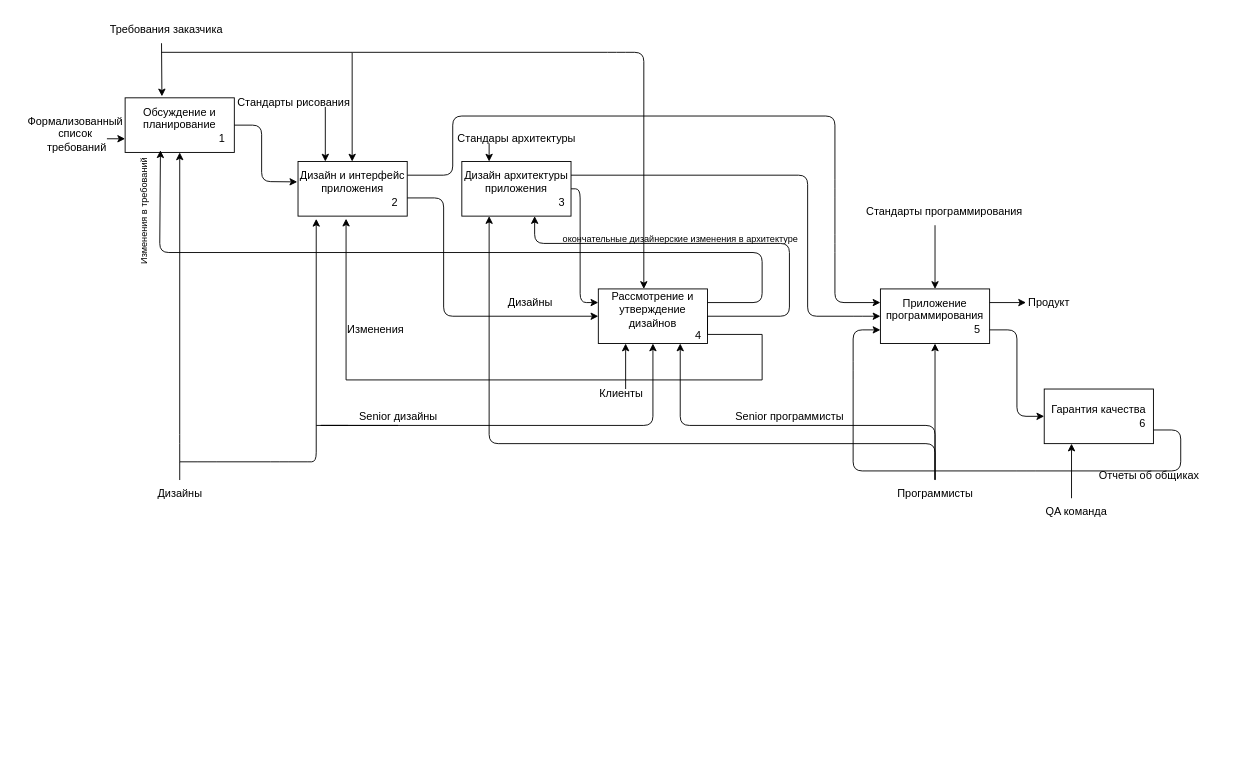
quyettranvu/Lab1_IDEF keeps this draw.io diagram as page "A0" (2 of 8) of Biểu đồ không có tiêu đề.drawio. Above is the earlier version. Source tidied: cells renumbered, new cells numbered last; positions are measured from the earlier drawing's top-left corner, leaving out a move shared by most shapes. Both pictures are drawn from the tidied source at 91%, with x=0, y=0 at pixel (15, 15).
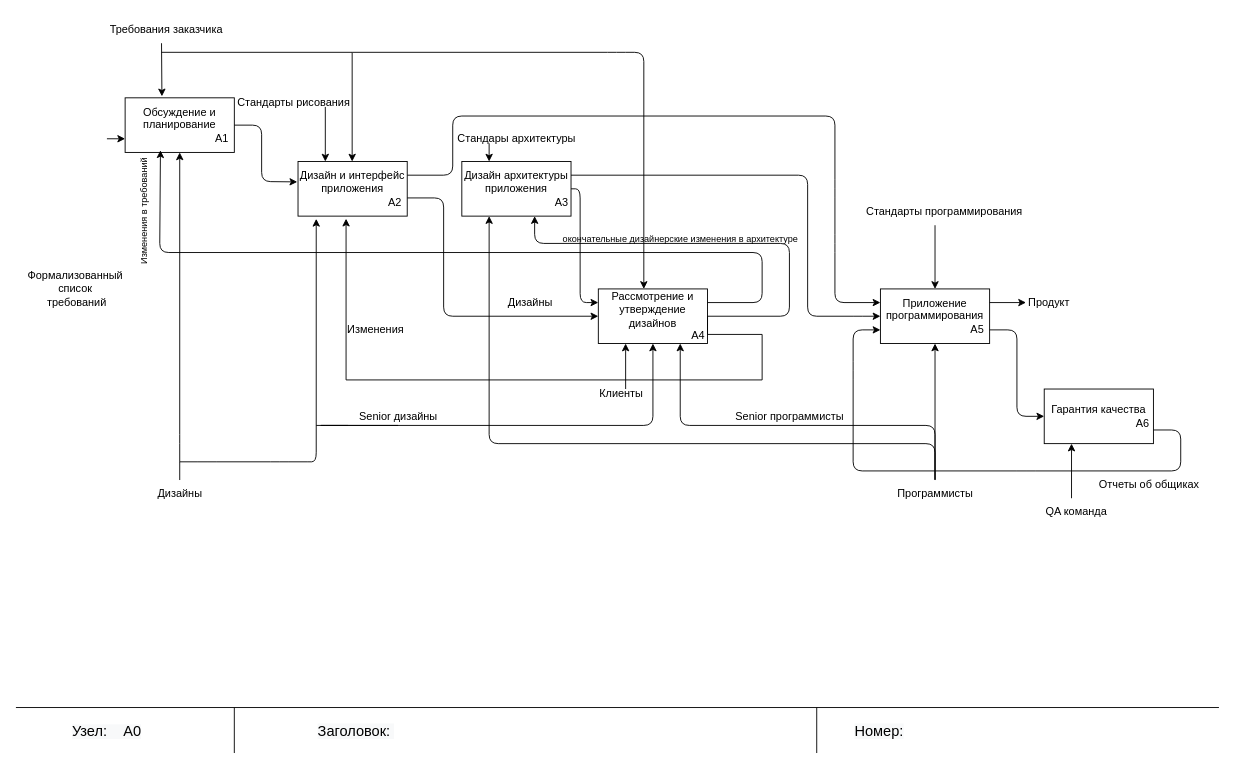
After the change.

Diff of the diagram source:
```diff
@@
-    <mxCell id="2" value="Oбсуждение и планирование&lt;br&gt;&amp;nbsp; &amp;nbsp; &amp;nbsp; &amp;nbsp; &amp;nbsp; &amp;nbsp; &amp;nbsp; &amp;nbsp; &amp;nbsp; &amp;nbsp; &amp;nbsp; &amp;nbsp; &amp;nbsp; &amp;nbsp; 1" style="rounded=0;whiteSpace=wrap;html=1;" parent="1" vertex="1">
+    <mxCell id="2" value="Oбсуждение и планирование&lt;br&gt;&amp;nbsp; &amp;nbsp; &amp;nbsp; &amp;nbsp; &amp;nbsp; &amp;nbsp; &amp;nbsp; &amp;nbsp; &amp;nbsp; &amp;nbsp; &amp;nbsp; &amp;nbsp; &amp;nbsp; &amp;nbsp; A1" style="rounded=0;whiteSpace=wrap;html=1;" parent="1" vertex="1">
       <mxGeometry x="120" y="90" width="120" height="60" as="geometry" />
     </mxCell>
@@
-    <mxCell id="4" value="Дизайн и интерфейс приложения&lt;br&gt;&amp;nbsp; &amp;nbsp; &amp;nbsp; &amp;nbsp; &amp;nbsp; &amp;nbsp; &amp;nbsp; &amp;nbsp; &amp;nbsp; &amp;nbsp; &amp;nbsp; &amp;nbsp; &amp;nbsp; &amp;nbsp; 2" style="rounded=0;whiteSpace=wrap;html=1;" parent="1" vertex="1">
+    <mxCell id="4" value="Дизайн и интерфейс приложения&lt;br&gt;&amp;nbsp; &amp;nbsp; &amp;nbsp; &amp;nbsp; &amp;nbsp; &amp;nbsp; &amp;nbsp; &amp;nbsp; &amp;nbsp; &amp;nbsp; &amp;nbsp; &amp;nbsp; &amp;nbsp; &amp;nbsp; A2" style="rounded=0;whiteSpace=wrap;html=1;" parent="1" vertex="1">
       <mxGeometry x="310" y="160" width="120" height="60" as="geometry" />
     </mxCell>
@@
-    <mxCell id="8" value="Дизайн архитектуры приложения&lt;br&gt;&amp;nbsp; &amp;nbsp; &amp;nbsp; &amp;nbsp; &amp;nbsp; &amp;nbsp; &amp;nbsp; &amp;nbsp; &amp;nbsp; &amp;nbsp; &amp;nbsp; &amp;nbsp; &amp;nbsp; &amp;nbsp; &amp;nbsp; 3" style="rounded=0;whiteSpace=wrap;html=1;" parent="1" vertex="1">
+    <mxCell id="8" value="Дизайн архитектуры приложения&lt;br&gt;&amp;nbsp; &amp;nbsp; &amp;nbsp; &amp;nbsp; &amp;nbsp; &amp;nbsp; &amp;nbsp; &amp;nbsp; &amp;nbsp; &amp;nbsp; &amp;nbsp; &amp;nbsp; &amp;nbsp; &amp;nbsp; &amp;nbsp; A3" style="rounded=0;whiteSpace=wrap;html=1;" parent="1" vertex="1">
       <mxGeometry x="490" y="160" width="120" height="60" as="geometry" />
     </mxCell>
@@
-    <mxCell id="11" value="Рассмотрение и утверждение дизайнов&lt;br&gt;&amp;nbsp; &amp;nbsp; &amp;nbsp; &amp;nbsp; &amp;nbsp; &amp;nbsp; &amp;nbsp; &amp;nbsp; &amp;nbsp; &amp;nbsp; &amp;nbsp; &amp;nbsp; &amp;nbsp; &amp;nbsp; &amp;nbsp; 4" style="rounded=0;whiteSpace=wrap;html=1;" parent="1" vertex="1">
+    <mxCell id="11" value="Рассмотрение и утверждение дизайнов&lt;br&gt;&amp;nbsp; &amp;nbsp; &amp;nbsp; &amp;nbsp; &amp;nbsp; &amp;nbsp; &amp;nbsp; &amp;nbsp; &amp;nbsp; &amp;nbsp; &amp;nbsp; &amp;nbsp; &amp;nbsp; &amp;nbsp; &amp;nbsp; A4" style="rounded=0;whiteSpace=wrap;html=1;" parent="1" vertex="1">
       <mxGeometry x="640" y="300" width="120" height="60" as="geometry" />
     </mxCell>
@@
-    <mxCell id="26" value="Приложение программирования&lt;br&gt;&amp;nbsp; &amp;nbsp; &amp;nbsp; &amp;nbsp; &amp;nbsp; &amp;nbsp; &amp;nbsp; &amp;nbsp; &amp;nbsp; &amp;nbsp; &amp;nbsp; &amp;nbsp; &amp;nbsp; &amp;nbsp; 5" style="rounded=0;whiteSpace=wrap;html=1;" parent="1" vertex="1">
+    <mxCell id="26" value="Приложение программирования&lt;br&gt;&amp;nbsp; &amp;nbsp; &amp;nbsp; &amp;nbsp; &amp;nbsp; &amp;nbsp; &amp;nbsp; &amp;nbsp; &amp;nbsp; &amp;nbsp; &amp;nbsp; &amp;nbsp; &amp;nbsp; &amp;nbsp; A5" style="rounded=0;whiteSpace=wrap;html=1;" parent="1" vertex="1">
       <mxGeometry x="950" y="300" width="120" height="60" as="geometry" />
     </mxCell>
@@
-    <mxCell id="36" value="Гарантия качества&lt;br&gt;&amp;nbsp; &amp;nbsp; &amp;nbsp; &amp;nbsp; &amp;nbsp; &amp;nbsp; &amp;nbsp; &amp;nbsp; &amp;nbsp; &amp;nbsp; &amp;nbsp; &amp;nbsp; &amp;nbsp; &amp;nbsp; &amp;nbsp;6" style="rounded=0;whiteSpace=wrap;html=1;" parent="1" vertex="1">
+    <mxCell id="36" value="Гарантия качества&lt;br&gt;&amp;nbsp; &amp;nbsp; &amp;nbsp; &amp;nbsp; &amp;nbsp; &amp;nbsp; &amp;nbsp; &amp;nbsp; &amp;nbsp; &amp;nbsp; &amp;nbsp; &amp;nbsp; &amp;nbsp; &amp;nbsp; &amp;nbsp;A6" style="rounded=0;whiteSpace=wrap;html=1;" parent="1" vertex="1">
       <mxGeometry x="1130" y="410" width="120" height="60" as="geometry" />
     </mxCell>
@@
     <mxCell id="39" value="Отчеты об общиках" style="text;html=1;align=center;verticalAlign=middle;fillColor=none;strokeColor=none;rounded=0;" parent="1" vertex="1">
-      <mxGeometry x="1180" y="490" width="130" height="30" as="geometry" />
+      <mxGeometry x="1180" y="500" width="130" height="30" as="geometry" />
     </mxCell>
@@
     <mxCell id="46" value="Формализованный&lt;br&gt;список&lt;br&gt;&amp;nbsp;требований" style="text;html=1;align=center;verticalAlign=middle;fillColor=none;strokeColor=none;rounded=0;" parent="1" vertex="1">
-      <mxGeometry y="100" width="130" height="60" as="geometry" />
+      <mxGeometry y="270" width="130" height="60" as="geometry" />
     </mxCell>
@@
+    <mxCell id="54" style="endArrow=none;html=1;rounded=0;fontSize=14;" parent="1" edge="1">
+      <mxGeometry relative="1" as="geometry">
+        <mxPoint x="240" y="810" as="sourcePoint" />
+        <mxPoint x="240" y="760" as="targetPoint" />
+      </mxGeometry>
+    </mxCell>
+    <mxCell id="55" style="endArrow=none;html=1;rounded=0;fontSize=14;" parent="1" edge="1">
+      <mxGeometry relative="1" as="geometry">
+        <mxPoint y="760" as="sourcePoint" />
+        <mxPoint x="1322" y="760" as="targetPoint" />
+      </mxGeometry>
+    </mxCell>
+    <mxCell id="56" value="&lt;span style=&quot;color: rgb(0, 0, 0); font-family: Helvetica; font-style: normal; font-variant-ligatures: normal; font-variant-caps: normal; font-weight: 400; letter-spacing: normal; orphans: 2; text-align: center; text-indent: 0px; text-transform: none; widows: 2; word-spacing: 0px; -webkit-text-stroke-width: 0px; background-color: rgb(248, 249, 250); text-decoration-thickness: initial; text-decoration-style: initial; text-decoration-color: initial; float: none; display: inline !important;&quot;&gt;&lt;font style=&quot;font-size: 16px;&quot;&gt;Узел:&amp;nbsp; &amp;nbsp; A0&lt;/font&gt;&lt;/span&gt;" style="text;whiteSpace=wrap;html=1;fontSize=14;" parent="1" vertex="1">
+      <mxGeometry x="60" y="770" width="100" height="40" as="geometry" />
+    </mxCell>
+    <mxCell id="57" value="&lt;span style=&quot;color: rgb(0, 0, 0); font-family: Helvetica; font-style: normal; font-variant-ligatures: normal; font-variant-caps: normal; font-weight: 400; letter-spacing: normal; orphans: 2; text-align: center; text-indent: 0px; text-transform: none; widows: 2; word-spacing: 0px; -webkit-text-stroke-width: 0px; background-color: rgb(248, 249, 250); text-decoration-thickness: initial; text-decoration-style: initial; text-decoration-color: initial; float: none; display: inline !important;&quot;&gt;&lt;font style=&quot;font-size: 16px;&quot;&gt;Заголовок:&amp;nbsp;&lt;/font&gt;&lt;/span&gt;" style="text;whiteSpace=wrap;html=1;fontSize=16;" parent="1" vertex="1">
+      <mxGeometry x="330" y="770" width="110" height="40" as="geometry" />
+    </mxCell>
+    <mxCell id="58" value="&lt;span style=&quot;color: rgb(0, 0, 0); font-family: Helvetica; font-style: normal; font-variant-ligatures: normal; font-variant-caps: normal; font-weight: 400; letter-spacing: normal; orphans: 2; text-align: center; text-indent: 0px; text-transform: none; widows: 2; word-spacing: 0px; -webkit-text-stroke-width: 0px; background-color: rgb(248, 249, 250); text-decoration-thickness: initial; text-decoration-style: initial; text-decoration-color: initial; float: none; display: inline !important;&quot;&gt;&lt;font style=&quot;font-size: 16px;&quot;&gt;Номер:&lt;/font&gt;&lt;/span&gt;" style="text;whiteSpace=wrap;html=1;fontSize=16;" parent="1" vertex="1">
+      <mxGeometry x="920" y="770" width="80" height="40" as="geometry" />
+    </mxCell>
+    <mxCell id="59" style="endArrow=none;html=1;rounded=0;fontSize=14;" parent="1" edge="1">
+      <mxGeometry relative="1" as="geometry">
+        <mxPoint x="880" y="810" as="sourcePoint" />
+        <mxPoint x="880" y="760" as="targetPoint" />
+      </mxGeometry>
+    </mxCell>
```
